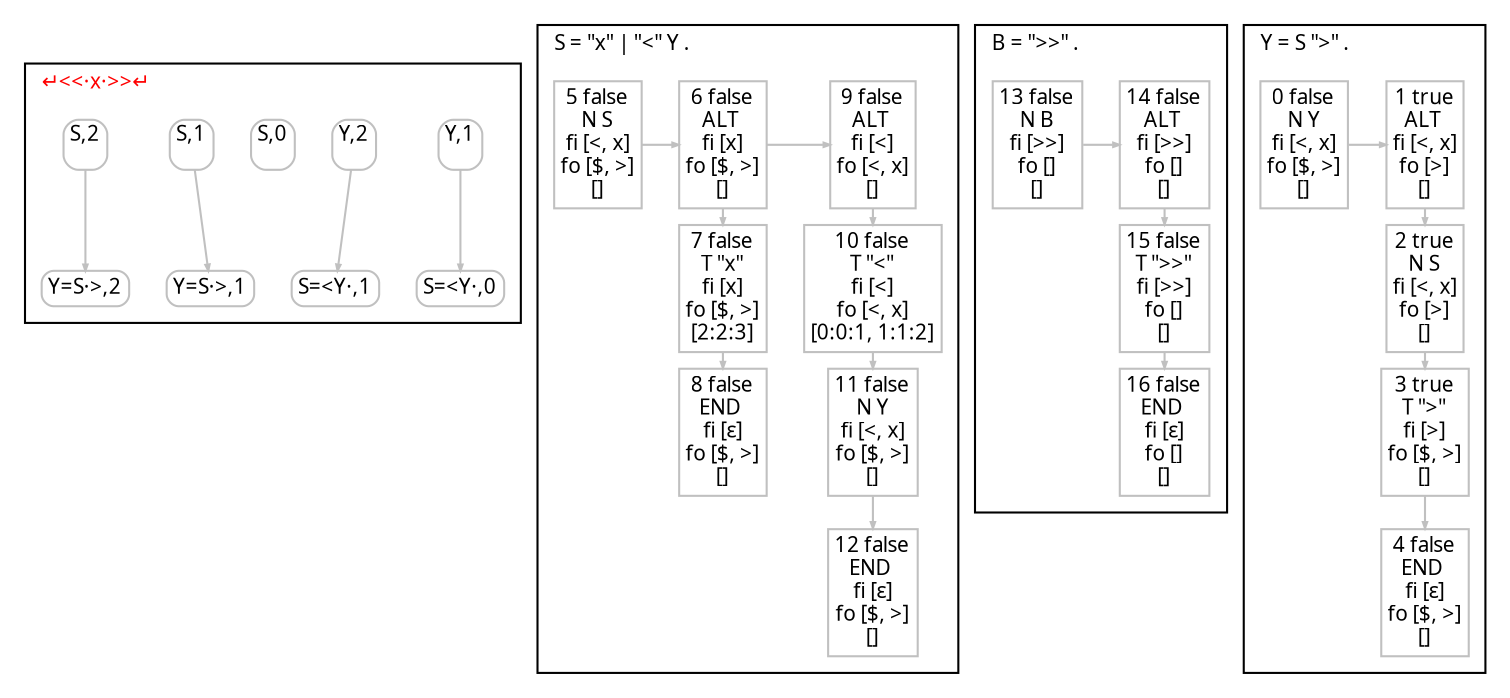
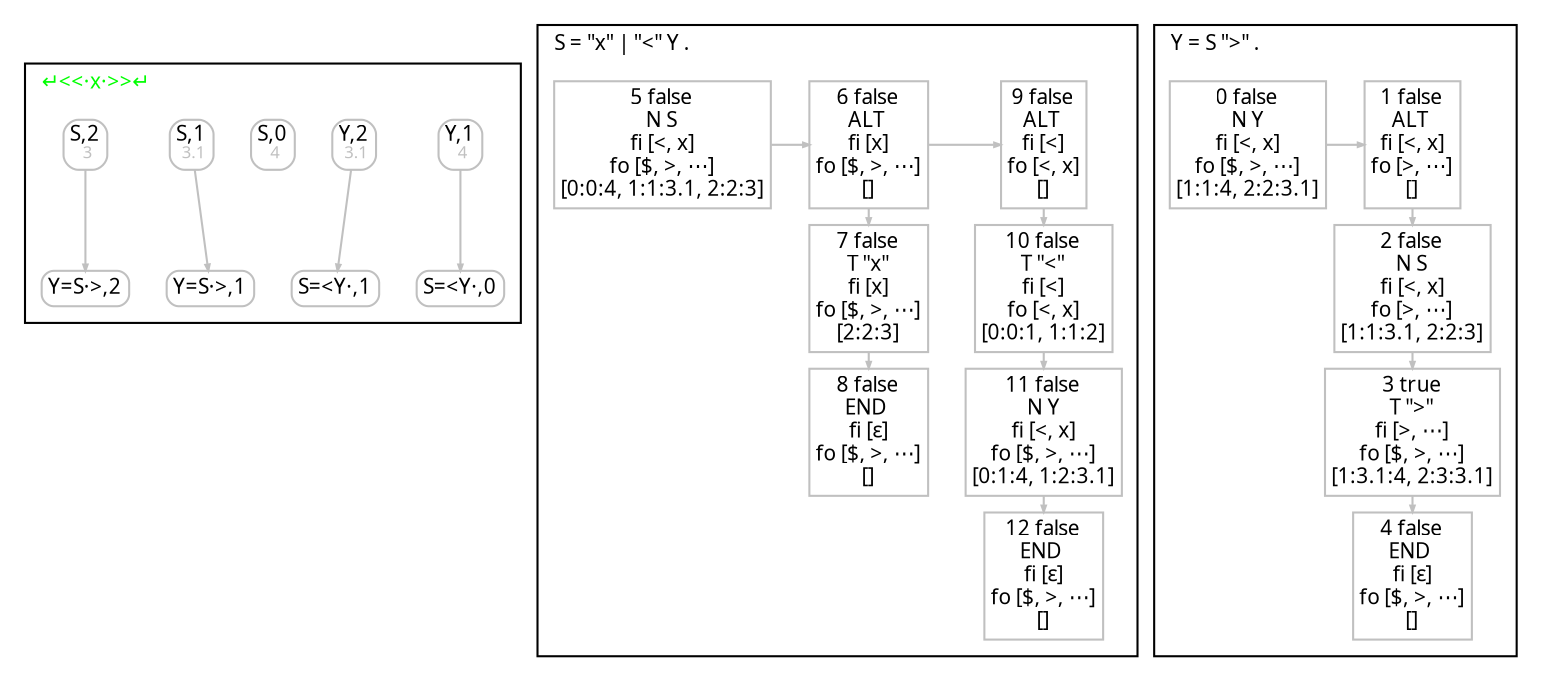
digraph G {
  fontname = Menlo
  fontsize = 10
  node [fontname = Menlo, fontsize = 10, color = gray, height = 0, width = 0, margin= 0.04]
  edge [fontname = Menlo, fontsize = 10, color = gray, arrowsize = 0.3]
  graph [ranksep = 0.1]
  rankdir = "TB"
  subgraph CallReturnForest {
    cluster = true
-     label = <↵&lt;&lt;·x·&gt;&gt;↵> fontcolor = red
+     label = <↵&lt;&lt;·x·&gt;&gt;↵> fontcolor = green
    labeljust = l
    node [shape = box, style = rounded, height = 0]
-     0.1 [label = <Y,1<br/><font color="gray" point-size="8.0"> </font>>]
+     0.1 [label = <Y,1<br/><font color="gray" point-size="8.0"> 4</font>>]
    0.1 -> 11.0
-     0.2 [label = <Y,2<br/><font color="gray" point-size="8.0"> </font>>]
+     0.2 [label = <Y,2<br/><font color="gray" point-size="8.0"> 3.1</font>>]
    0.2 -> 11.1
-     5.0 [label = <S,0<br/><font color="gray" point-size="8.0"> </font>>]
-     5.1 [label = <S,1<br/><font color="gray" point-size="8.0"> </font>>]
+     5.0 [label = <S,0<br/><font color="gray" point-size="8.0"> 4</font>>]
+     5.1 [label = <S,1<br/><font color="gray" point-size="8.0"> 3.1</font>>]
    5.1 -> 2.1
-     5.2 [label = <S,2<br/><font color="gray" point-size="8.0"> </font>>]
+     5.2 [label = <S,2<br/><font color="gray" point-size="8.0"> 3</font>>]
    5.2 -> 2.2
    11.0 [label = <S=&lt;Y·,0>]
    11.1 [label = <S=&lt;Y·,1>]
    2.1 [label = <Y=S·&gt;,1>]
    2.2 [label = <Y=S·&gt;,2>]
  }
  subgraph clusterS {
    node [shape = box]
    label = <S = "x" | "&lt;" Y .>
    labeljust = l
-     SR0C0 [label = <5 false<br/>N S<br/>fi [&lt;, x]<br/>fo [$, &gt;]<br/>[]>]
-     SR0C1 [label = <6 false<br/>ALT <br/>fi [x]<br/>fo [$, &gt;]<br/>[]>]
-     SR1C1 [label = <7 false<br/>T "x"<br/>fi [x]<br/>fo [$, &gt;]<br/>[2:2:3]>]
-     SR2C1 [label = <8 false<br/>END <br/>fi [ε]<br/>fo [$, &gt;]<br/>[]>]
+     SR0C0 [label = <5 false<br/>N S<br/>fi [&lt;, x]<br/>fo [$, &gt;, ⋯]<br/>[0:0:4, 1:1:3.1, 2:2:3]>]
+     SR0C1 [label = <6 false<br/>ALT <br/>fi [x]<br/>fo [$, &gt;, ⋯]<br/>[]>]
+     SR1C1 [label = <7 false<br/>T "x"<br/>fi [x]<br/>fo [$, &gt;, ⋯]<br/>[2:2:3]>]
+     SR2C1 [label = <8 false<br/>END <br/>fi [ε]<br/>fo [$, &gt;, ⋯]<br/>[]>]
    SR1C1 -> SR2C1 [weight=100000000]
    SR0C1 -> SR1C1 [weight=100000000]
    SR0C2 [label = <9 false<br/>ALT <br/>fi [&lt;]<br/>fo [&lt;, x]<br/>[]>]
    SR1C2 [label = <10 false<br/>T "&lt;"<br/>fi [&lt;]<br/>fo [&lt;, x]<br/>[0:0:1, 1:1:2]>]
-     SR2C2 [label = <11 false<br/>N Y<br/>fi [&lt;, x]<br/>fo [$, &gt;]<br/>[]>]
-     SR3C2 [label = <12 false<br/>END <br/>fi [ε]<br/>fo [$, &gt;]<br/>[]>]
+     SR2C2 [label = <11 false<br/>N Y<br/>fi [&lt;, x]<br/>fo [$, &gt;, ⋯]<br/>[0:1:4, 1:2:3.1]>]
+     SR3C2 [label = <12 false<br/>END <br/>fi [ε]<br/>fo [$, &gt;, ⋯]<br/>[]>]
    SR2C2 -> SR3C2 [weight=100000000]
    SR1C2 -> SR2C2 [weight=100000000]
    SR0C2 -> SR1C2 [weight=100000000]
    rank = same {SR0C1 -> SR0C2}
    rank = same {SR0C0 -> SR0C1}
    node [style = invis]
    edge [style = invis]
    SR0C0 -> SR1C0 [weight=100000000]
    rank = same {SR1C0 -> SR1C1}
    SR1C0 -> SR2C0 [weight=100000000]
    rank = same {SR2C0 -> SR2C1}
    SR2C0 -> SR3C0 [weight=100000000]
    SR2C1 -> SR3C1 [weight=100000000]
    rank = same {SR3C0 -> SR3C1}
    rank = same {SR3C1 -> SR3C2}
  }
-   subgraph clusterB {
-     node [shape = box]
-     label = <B = "&gt;&gt;" .>
-     labeljust = l
-     BR0C0 [label = <13 false<br/>N B<br/>fi [&gt;&gt;]<br/>fo []<br/>[]>]
-     BR0C1 [label = <14 false<br/>ALT <br/>fi [&gt;&gt;]<br/>fo []<br/>[]>]
-     BR1C1 [label = <15 false<br/>T "&gt;&gt;"<br/>fi [&gt;&gt;]<br/>fo []<br/>[]>]
-     BR2C1 [label = <16 false<br/>END <br/>fi [ε]<br/>fo []<br/>[]>]
-     BR1C1 -> BR2C1 [weight=100000000]
-     BR0C1 -> BR1C1 [weight=100000000]
-     rank = same {BR0C0 -> BR0C1}
-     node [style = invis]
-     edge [style = invis]
-     BR0C0 -> BR1C0 [weight=100000000]
-     rank = same {BR1C0 -> BR1C1}
-     BR1C0 -> BR2C0 [weight=100000000]
-     rank = same {BR2C0 -> BR2C1}
-   }
  subgraph clusterY {
    node [shape = box]
    label = <Y = S "&gt;" .>
    labeljust = l
-     YR0C0 [label = <0 false<br/>N Y<br/>fi [&lt;, x]<br/>fo [$, &gt;]<br/>[]>]
-     YR0C1 [label = <1 true<br/>ALT <br/>fi [&lt;, x]<br/>fo [&gt;]<br/>[]>]
-     YR1C1 [label = <2 true<br/>N S<br/>fi [&lt;, x]<br/>fo [&gt;]<br/>[]>]
-     YR2C1 [label = <3 true<br/>T "&gt;"<br/>fi [&gt;]<br/>fo [$, &gt;]<br/>[]>]
-     YR3C1 [label = <4 false<br/>END <br/>fi [ε]<br/>fo [$, &gt;]<br/>[]>]
+     YR0C0 [label = <0 false<br/>N Y<br/>fi [&lt;, x]<br/>fo [$, &gt;, ⋯]<br/>[1:1:4, 2:2:3.1]>]
+     YR0C1 [label = <1 false<br/>ALT <br/>fi [&lt;, x]<br/>fo [&gt;, ⋯]<br/>[]>]
+     YR1C1 [label = <2 false<br/>N S<br/>fi [&lt;, x]<br/>fo [&gt;, ⋯]<br/>[1:1:3.1, 2:2:3]>]
+     YR2C1 [label = <3 true<br/>T "&gt;"<br/>fi [&gt;, ⋯]<br/>fo [$, &gt;, ⋯]<br/>[1:3.1:4, 2:3:3.1]>]
+     YR3C1 [label = <4 false<br/>END <br/>fi [ε]<br/>fo [$, &gt;, ⋯]<br/>[]>]
    YR2C1 -> YR3C1 [weight=100000000]
    YR1C1 -> YR2C1 [weight=100000000]
    YR0C1 -> YR1C1 [weight=100000000]
    rank = same {YR0C0 -> YR0C1}
    node [style = invis]
    edge [style = invis]
    YR0C0 -> YR1C0 [weight=100000000]
    rank = same {YR1C0 -> YR1C1}
    YR1C0 -> YR2C0 [weight=100000000]
    rank = same {YR2C0 -> YR2C1}
    YR2C0 -> YR3C0 [weight=100000000]
    rank = same {YR3C0 -> YR3C1}
  }
}